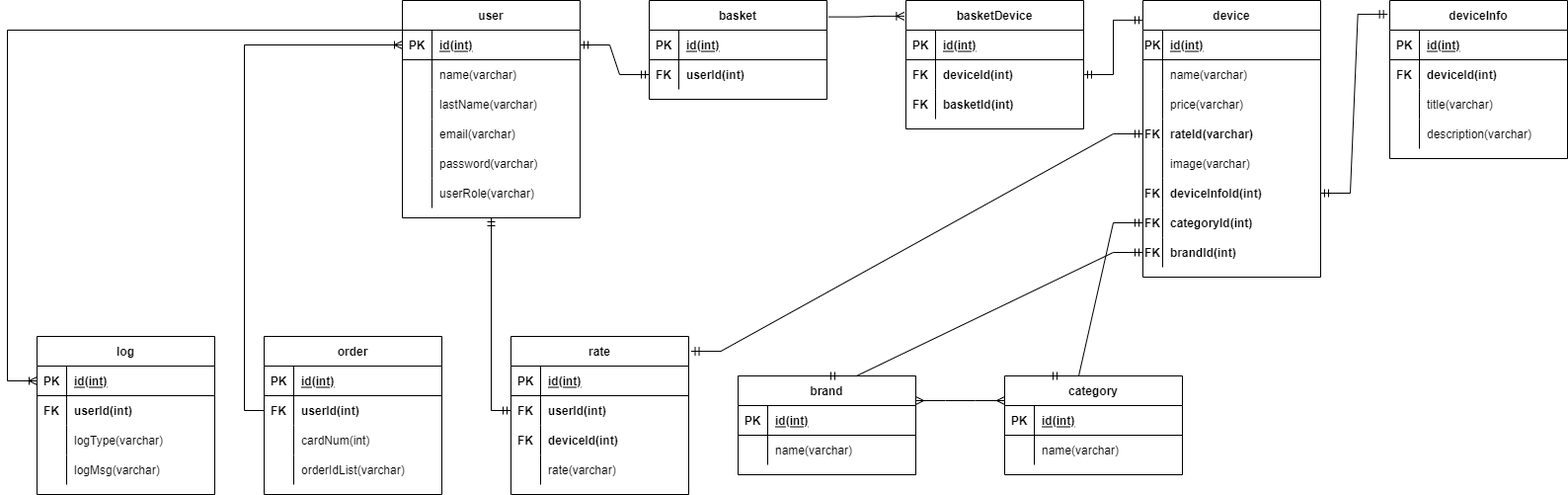
Freasylol/MDiSUBD keeps this draw.io diagram as Lab1/Lab1.drawio.png. Above is the earlier version. Source tidied: cells renumbered, new cells last; positions are measured from the earlier drawing's top-left corner, leaving out a move shared by most shapes.
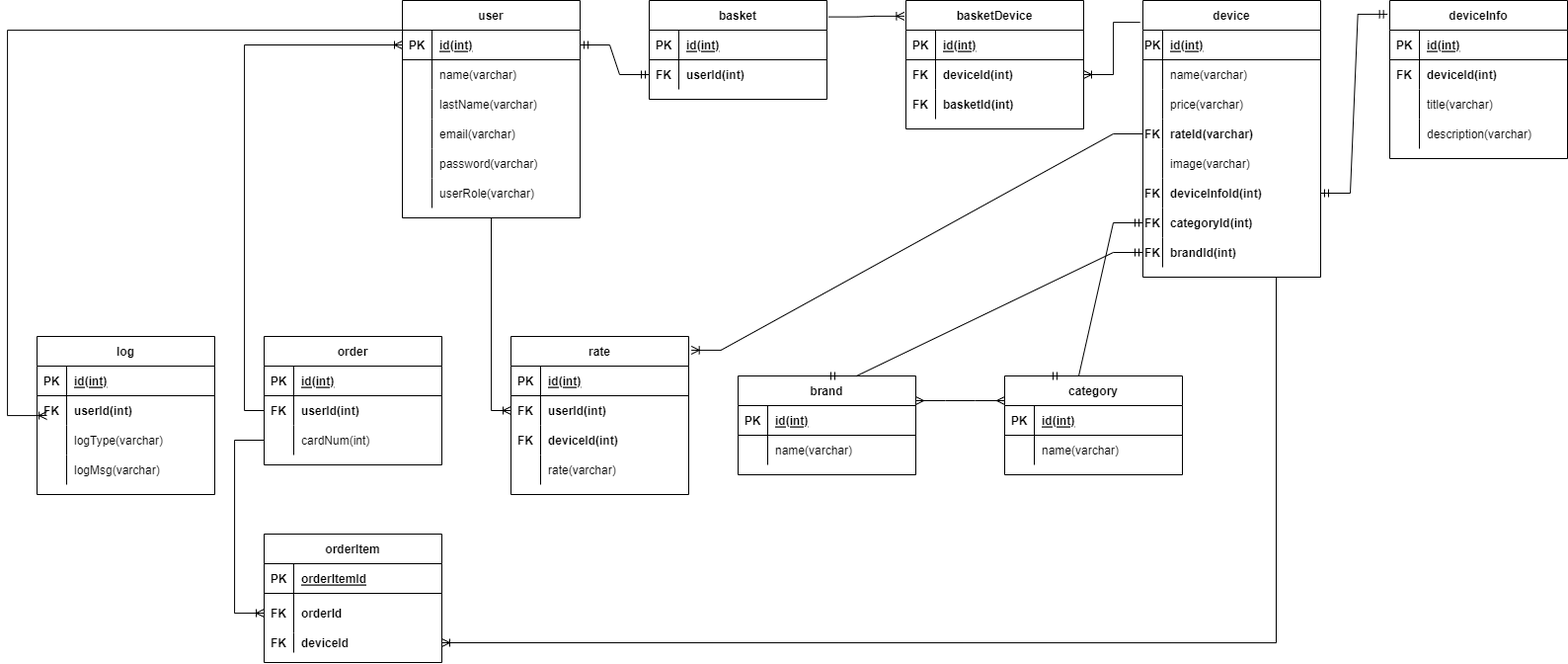
Later version of the same file.

Commit message:
fix: fix entity rels, fix mistakes in info.md and suplement it

What changed in the source:
```diff
@@ -230,9 +230,6 @@
     <mxCell id="77" value="description(varchar)" style="shape=partialRectangle;fillColor=none;top=0;left=0;bottom=0;right=0;align=left;spacingLeft=6;overflow=hidden;fontStyle=0;" parent="75" vertex="1">
       <mxGeometry x="30" width="150" height="30" as="geometry" />
     </mxCell>
-    <mxCell id="78" style="edgeStyle=entityRelationEdgeStyle;fontSize=12;html=1;endArrow=ERmandOne;startArrow=ERmandOne;rounded=0;exitX=1;exitY=0.5;exitDx=0;exitDy=0;entryX=0;entryY=0.071;entryDx=0;entryDy=0;entryPerimeter=0;" parent="1" edge="1" source="32" target="40">
-      <mxGeometry relative="1" as="geometry" />
-    </mxCell>
     <mxCell id="79" style="edgeStyle=entityRelationEdgeStyle;fontSize=12;html=1;endArrow=ERmandOne;startArrow=ERmandOne;rounded=0;exitX=1;exitY=0.5;exitDx=0;exitDy=0;entryX=-0.013;entryY=0.087;entryDx=0;entryDy=0;entryPerimeter=0;" parent="1" edge="1" source="56" target="65">
       <mxGeometry relative="1" as="geometry" />
     </mxCell>
@@ -275,16 +272,6 @@
     <mxCell id="92" value="rate(varchar)" style="shape=partialRectangle;fillColor=none;top=0;left=0;bottom=0;right=0;align=left;spacingLeft=6;overflow=hidden;fontStyle=0;" parent="90" vertex="1">
       <mxGeometry x="30" width="150" height="30" as="geometry" />
     </mxCell>
-    <mxCell id="93" style="edgeStyle=orthogonalEdgeStyle;fontSize=12;html=1;endArrow=ERmandOne;startArrow=ERmandOne;rounded=0;entryX=0.5;entryY=1;entryDx=0;entryDy=0;exitX=0;exitY=0.5;exitDx=0;exitDy=0;" parent="1" edge="1" source="84" target="2">
-      <mxGeometry relative="1" as="geometry">
-        <Array as="points">
-          <mxPoint x="490" y="415" />
-        </Array>
-      </mxGeometry>
-    </mxCell>
-    <mxCell id="94" style="edgeStyle=entityRelationEdgeStyle;fontSize=12;html=1;endArrow=ERmandOne;startArrow=ERmandOne;rounded=0;exitX=1.014;exitY=0.094;exitDx=0;exitDy=0;exitPerimeter=0;entryX=0;entryY=0.5;entryDx=0;entryDy=0;" parent="1" edge="1" source="80" target="50">
-      <mxGeometry relative="1" as="geometry" />
-    </mxCell>
     <mxCell id="95" value="brand" style="shape=table;startSize=30;rowLines=0;fontStyle=1;align=center;" parent="1" vertex="1">
       <mxGeometry x="740" y="380" width="180" height="100" as="geometry" />
     </mxCell>
@@ -337,7 +324,7 @@
       <mxGeometry relative="1" as="geometry" />
     </mxCell>
     <mxCell id="112" value="order" style="shape=table;startSize=30;rowLines=0;fontStyle=1;align=center;" parent="1" vertex="1">
-      <mxGeometry x="260" y="340" width="180" height="160" as="geometry" />
+      <mxGeometry x="260" y="340" width="180" height="130" as="geometry" />
     </mxCell>
     <mxCell id="113" style="shape=tableRow;horizontal=0;startSize=0;swimlaneHead=0;swimlaneBody=0;fillColor=none;top=0;left=0;right=0;bottom=1;" parent="112" vertex="1">
       <mxGeometry y="30" width="180" height="30" as="geometry" />
@@ -366,15 +353,6 @@
     <mxCell id="121" value="cardNum(int)" style="shape=partialRectangle;fillColor=none;top=0;left=0;bottom=0;right=0;align=left;spacingLeft=6;overflow=hidden;" parent="119" vertex="1">
       <mxGeometry x="30" width="150" height="30" as="geometry" />
     </mxCell>
-    <mxCell id="122" style="shape=tableRow;horizontal=0;startSize=0;swimlaneHead=0;swimlaneBody=0;fillColor=none;top=0;left=0;right=0;bottom=0;" parent="112" vertex="1">
-      <mxGeometry y="120" width="180" height="30" as="geometry" />
-    </mxCell>
-    <mxCell id="123" style="shape=partialRectangle;fillColor=none;top=0;left=0;bottom=0;right=0;overflow=hidden;" parent="122" vertex="1">
-      <mxGeometry width="30" height="30" as="geometry" />
-    </mxCell>
-    <mxCell id="124" value="orderIdList(varchar)" style="shape=partialRectangle;fillColor=none;top=0;left=0;bottom=0;right=0;align=left;spacingLeft=6;overflow=hidden;" parent="122" vertex="1">
-      <mxGeometry x="30" width="150" height="30" as="geometry" />
-    </mxCell>
     <mxCell id="125" value="log" style="shape=table;startSize=30;rowLines=0;fontStyle=1;align=center;" parent="1" vertex="1">
       <mxGeometry x="30" y="340" width="180" height="160" as="geometry" />
     </mxCell>
@@ -422,13 +400,69 @@
         </Array>
       </mxGeometry>
     </mxCell>
-    <mxCell id="139" style="edgeStyle=orthogonalEdgeStyle;fontSize=12;html=1;endArrow=ERoneToMany;rounded=0;entryX=0;entryY=0.5;entryDx=0;entryDy=0;exitX=0;exitY=0;exitDx=0;exitDy=0;exitPerimeter=0;" parent="1" edge="1" source="3" target="126">
+    <mxCell id="139" style="edgeStyle=orthogonalEdgeStyle;fontSize=12;html=1;endArrow=ERoneToMany;rounded=0;exitX=0;exitY=0;exitDx=0;exitDy=0;exitPerimeter=0;" parent="1" edge="1" source="3">
       <mxGeometry relative="1" as="geometry">
+        <mxPoint x="40" y="420" as="targetPoint" />
         <Array as="points">
           <mxPoint y="30" />
-          <mxPoint y="385" />
+          <mxPoint y="420" />
+          <mxPoint x="30" y="420" />
         </Array>
       </mxGeometry>
     </mxCell>
+    <mxCell id="140" value="orderItem" style="shape=table;startSize=30;rowLines=0;fontStyle=1;align=center;" parent="1" vertex="1">
+      <mxGeometry x="260" y="540" width="180" height="130" as="geometry" />
+    </mxCell>
+    <mxCell id="141" style="shape=tableRow;horizontal=0;startSize=0;swimlaneHead=0;swimlaneBody=0;fillColor=none;top=0;left=0;right=0;bottom=1;" parent="140" vertex="1">
+      <mxGeometry y="30" width="180" height="30" as="geometry" />
+    </mxCell>
+    <mxCell id="142" value="PK" style="shape=partialRectangle;fillColor=none;top=0;left=0;bottom=0;right=0;fontStyle=1;overflow=hidden;" parent="141" vertex="1">
+      <mxGeometry width="30" height="30" as="geometry" />
+    </mxCell>
+    <mxCell id="143" value="orderItemId" style="shape=partialRectangle;fillColor=none;top=0;left=0;bottom=0;right=0;align=left;spacingLeft=6;fontStyle=5;overflow=hidden;" parent="141" vertex="1">
+      <mxGeometry x="30" width="150" height="30" as="geometry" />
+    </mxCell>
+    <mxCell id="144" style="shape=tableRow;horizontal=0;startSize=0;swimlaneHead=0;swimlaneBody=0;fillColor=none;points=[[0,0.5],[1,0.5]];portConstraint=eastwest;top=0;left=0;right=0;bottom=0;" parent="140" vertex="1">
+      <mxGeometry y="60" width="180" height="40" as="geometry" />
+    </mxCell>
+    <mxCell id="145" value="FK" style="shape=partialRectangle;fillColor=none;top=0;left=0;bottom=0;right=0;overflow=hidden;fontStyle=1;" parent="144" vertex="1">
+      <mxGeometry width="30" height="40" as="geometry" />
+    </mxCell>
+    <mxCell id="146" value="orderId" style="shape=partialRectangle;fillColor=none;top=0;left=0;bottom=0;right=0;align=left;spacingLeft=6;overflow=hidden;fontStyle=1;" parent="144" vertex="1">
+      <mxGeometry x="30" width="150" height="40" as="geometry" />
+    </mxCell>
+    <mxCell id="147" style="shape=tableRow;horizontal=0;startSize=0;swimlaneHead=0;swimlaneBody=0;fillColor=none;points=[[0,0.5],[1,0.5]];portConstraint=eastwest;top=0;left=0;right=0;bottom=0;" parent="140" vertex="1">
+      <mxGeometry y="100" width="180" height="20" as="geometry" />
+    </mxCell>
+    <mxCell id="148" value="FK" style="shape=partialRectangle;fillColor=none;top=0;left=0;bottom=0;right=0;overflow=hidden;fontStyle=1;" parent="147" vertex="1">
+      <mxGeometry width="30" height="20" as="geometry" />
+    </mxCell>
+    <mxCell id="149" value="deviceId" style="shape=partialRectangle;fillColor=none;top=0;left=0;bottom=0;right=0;align=left;spacingLeft=6;overflow=hidden;fontStyle=1;" parent="147" vertex="1">
+      <mxGeometry x="30" width="150" height="20" as="geometry" />
+    </mxCell>
+    <mxCell id="150" style="edgeStyle=orthogonalEdgeStyle;fontSize=12;html=1;endArrow=ERoneToMany;rounded=0;exitX=0.5;exitY=1;exitDx=0;exitDy=0;entryX=0;entryY=0.5;entryDx=0;entryDy=0;" parent="1" edge="1" source="2" target="84">
+      <mxGeometry relative="1" as="geometry">
+        <Array as="points">
+          <mxPoint x="490" y="415" />
+        </Array>
+      </mxGeometry>
+    </mxCell>
+    <mxCell id="151" style="edgeStyle=orthogonalEdgeStyle;fontSize=12;html=1;endArrow=ERoneToMany;rounded=0;entryX=0;entryY=0.5;entryDx=0;entryDy=0;exitX=0;exitY=0.5;exitDx=0;exitDy=0;" parent="1" edge="1" source="119" target="144">
+      <mxGeometry relative="1" as="geometry">
+        <Array as="points">
+          <mxPoint x="230" y="445" />
+          <mxPoint x="230" y="620" />
+        </Array>
+      </mxGeometry>
+    </mxCell>
+    <mxCell id="152" style="edgeStyle=orthogonalEdgeStyle;fontSize=12;html=1;endArrow=ERoneToMany;rounded=0;entryX=1;entryY=0.5;entryDx=0;entryDy=0;exitX=0.75;exitY=1;exitDx=0;exitDy=0;" parent="1" edge="1" source="40" target="147">
+      <mxGeometry relative="1" as="geometry" />
+    </mxCell>
+    <mxCell id="153" style="edgeStyle=orthogonalEdgeStyle;fontSize=12;html=1;endArrow=ERoneToMany;rounded=0;entryX=1;entryY=0.5;entryDx=0;entryDy=0;exitX=-0.016;exitY=0.079;exitDx=0;exitDy=0;exitPerimeter=0;" parent="1" edge="1" source="40" target="32">
+      <mxGeometry relative="1" as="geometry" />
+    </mxCell>
+    <mxCell id="154" style="edgeStyle=entityRelationEdgeStyle;fontSize=12;html=1;endArrow=ERoneToMany;rounded=0;entryX=1.015;entryY=0.087;entryDx=0;entryDy=0;entryPerimeter=0;exitX=0;exitY=0.5;exitDx=0;exitDy=0;" parent="1" edge="1" source="50" target="80">
+      <mxGeometry relative="1" as="geometry" />
+    </mxCell>
   </root>
 </mxGraphModel>
```
